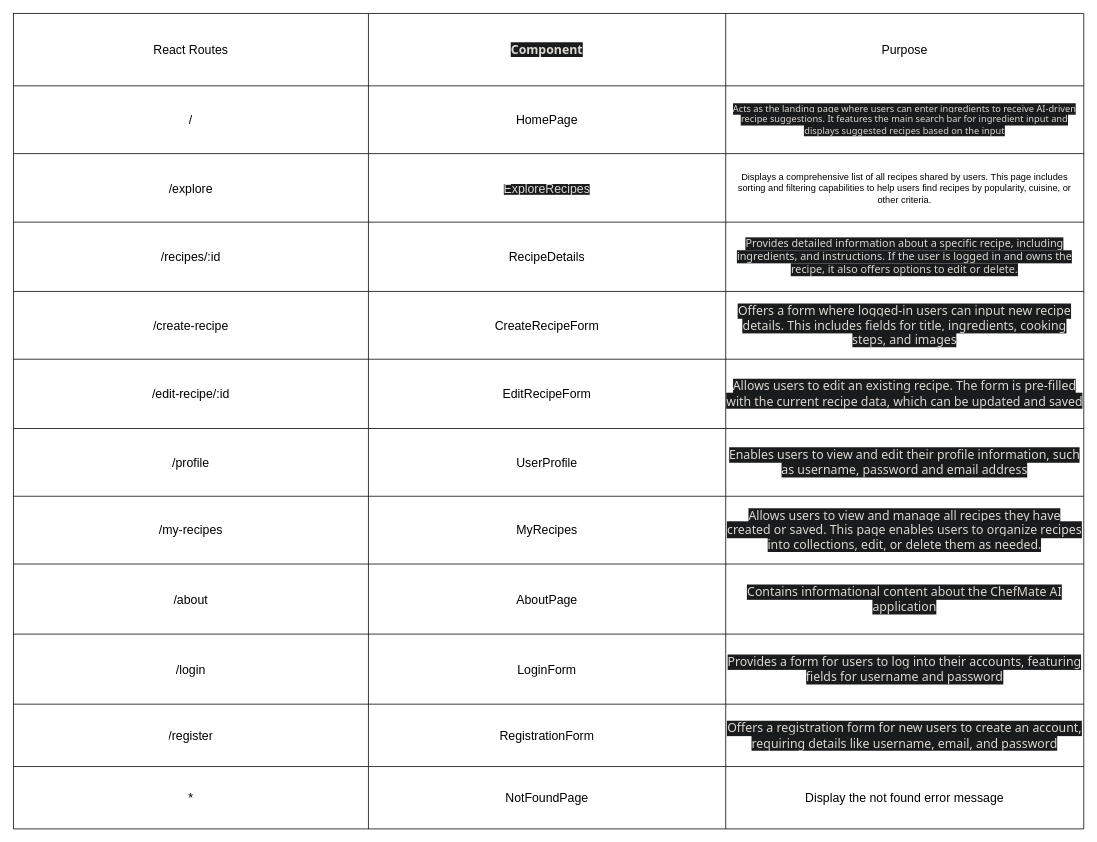
christopherthai/chefmate-ai keeps this draw.io diagram as planning/react-routes.drawio. Above is the earlier version. Source tidied: cells renumbered, new cells numbered last; positions are measured from the earlier drawing's top-left corner, leaving out a move shared by most shapes. Both pictures are drawn from the tidied source at 77%, with x=0, y=0 at pixel (13, 13).
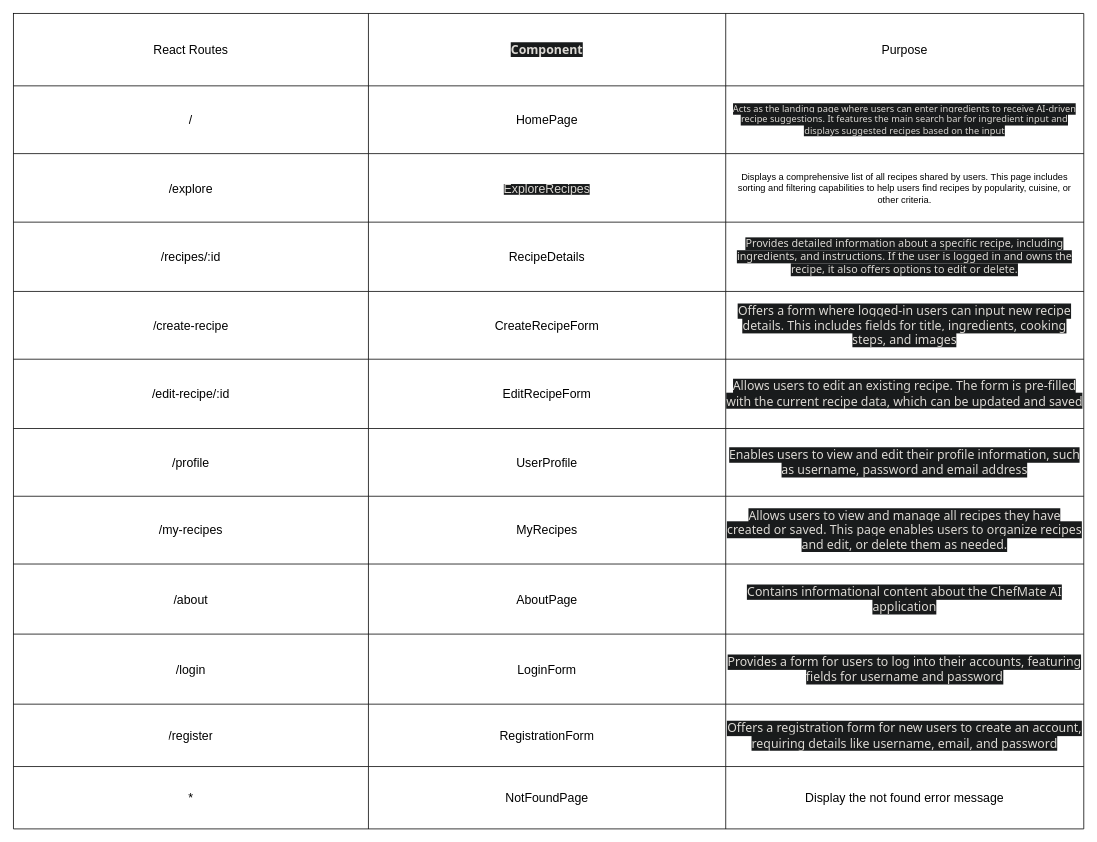
The same diagram, later.

Unchanged cells that the change refers to:
```xml
<mxCell id="31" style="shape=tableRow;horizontal=0;startSize=0;swimlaneHead=0;swimlaneBody=0;top=0;left=0;bottom=0;right=0;fillColor=none;" parent="2" vertex="1">
  <mxGeometry y="627" width="1390" height="88" as="geometry" />
</mxCell>
```

Change to the diagram source:
```diff
@@
-    <mxCell id="34" value="&lt;span style=&quot;color: rgb(220, 217, 212); font-family: Söhne, ui-sans-serif, system-ui, -apple-system, &amp;quot;Segoe UI&amp;quot;, Roboto, Ubuntu, Cantarell, &amp;quot;Noto Sans&amp;quot;, sans-serif, &amp;quot;Helvetica Neue&amp;quot;, Arial, &amp;quot;Apple Color Emoji&amp;quot;, &amp;quot;Segoe UI Emoji&amp;quot;, &amp;quot;Segoe UI Symbol&amp;quot;, &amp;quot;Noto Color Emoji&amp;quot;; font-size: 16px; text-align: left; background-color: rgb(25, 27, 28);&quot;&gt;Allows users to view and manage all recipes they have created or saved. This page enables users to organize recipes into collections, edit, or delete them as needed.&lt;/span&gt;" style="shape=partialRectangle;html=1;whiteSpace=wrap;fillColor=none;top=0;left=0;bottom=0;right=0;overflow=hidden;" parent="31" vertex="1">
+    <mxCell id="34" value="&lt;span style=&quot;color: rgb(220, 217, 212); font-family: Söhne, ui-sans-serif, system-ui, -apple-system, &amp;quot;Segoe UI&amp;quot;, Roboto, Ubuntu, Cantarell, &amp;quot;Noto Sans&amp;quot;, sans-serif, &amp;quot;Helvetica Neue&amp;quot;, Arial, &amp;quot;Apple Color Emoji&amp;quot;, &amp;quot;Segoe UI Emoji&amp;quot;, &amp;quot;Segoe UI Symbol&amp;quot;, &amp;quot;Noto Color Emoji&amp;quot;; font-size: 16px; text-align: left; background-color: rgb(25, 27, 28);&quot;&gt;Allows users to view and manage all recipes they have created or saved. This page enables users to organize recipes and edit, or delete them as needed.&lt;/span&gt;" style="shape=partialRectangle;html=1;whiteSpace=wrap;fillColor=none;top=0;left=0;bottom=0;right=0;overflow=hidden;" parent="31" vertex="1">
       <mxGeometry x="925" width="465" height="88" as="geometry" />
     </mxCell>
```
